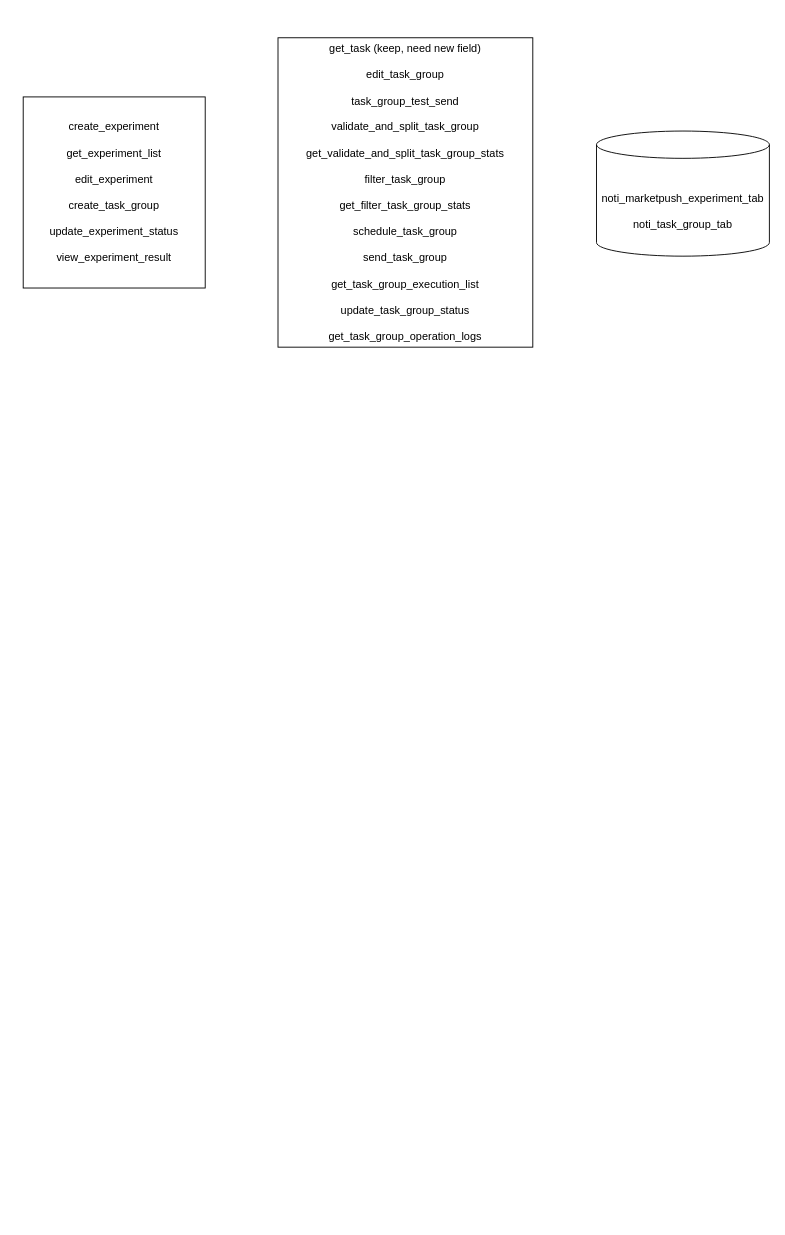
The draw.io diagram marketpush integrate ab test.drawio in zzw55486402/20200626, before the edit. Source tidied: cells renumbered, new cells numbered last; positions are measured from the earlier drawing's top-left corner, leaving out a move shared by most shapes. Both pictures are drawn from the tidied source at 91%, with x=0, y=0 at pixel (23, 37).
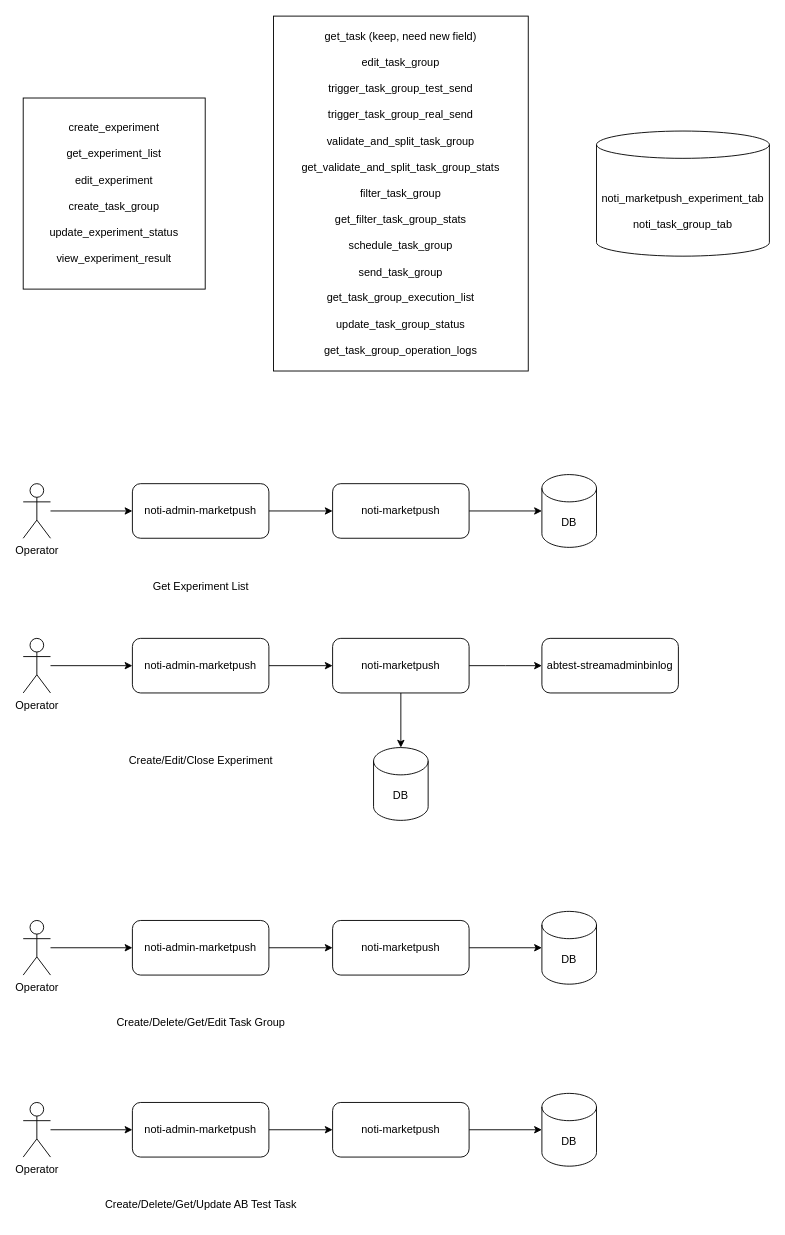
The same diagram, later.

The edit, as a diff of the source:
```diff
@@
     <mxCell id="2" value="create_experiment&lt;br&gt;&lt;br&gt;get_experiment_list&lt;br&gt;&lt;br&gt;edit_experiment&lt;br&gt;&lt;br&gt;create_task_group&lt;br&gt;&lt;br&gt;update_experiment_status&lt;br&gt;&lt;br&gt;view_experiment_result" style="whiteSpace=wrap;html=1;" parent="1" vertex="1">
-      <mxGeometry y="65" width="200" height="210" as="geometry" />
+      <mxGeometry y="66.2" width="200" height="210" as="geometry" />
     </mxCell>
-    <mxCell id="3" value="get_task (keep, need new field)&lt;br&gt;&lt;br&gt;edit_task_group&lt;br&gt;&lt;br&gt;task_group_test_send&lt;br&gt;&lt;br&gt;validate_and_split_task_group&lt;br&gt;&lt;br&gt;get_validate_and_split_task_group_stats&lt;br&gt;&lt;br&gt;filter_task_group&lt;br&gt;&lt;br&gt;get_filter_task_group_stats&lt;br&gt;&lt;br&gt;schedule_task_group&lt;br&gt;&lt;br&gt;send_task_group&lt;br&gt;&lt;br&gt;get_task_group_execution_list&lt;br&gt;&lt;br&gt;update_task_group_status&lt;br&gt;&lt;br&gt;get_task_group_operation_logs&lt;br&gt;" style="whiteSpace=wrap;html=1;" parent="1" vertex="1">
-      <mxGeometry x="280" width="280" height="340" as="geometry" />
+    <mxCell id="3" value="get_task (keep, need new field)&lt;br&gt;&lt;br&gt;edit_task_group&lt;br&gt;&lt;br&gt;trigger_task_group_test_send&lt;br&gt;&lt;br&gt;trigger_task_group_real_send&lt;br&gt;&lt;br&gt;validate_and_split_task_group&lt;br&gt;&lt;br&gt;get_validate_and_split_task_group_stats&lt;br&gt;&lt;br&gt;filter_task_group&lt;br&gt;&lt;br&gt;get_filter_task_group_stats&lt;br&gt;&lt;br&gt;schedule_task_group&lt;br&gt;&lt;br&gt;send_task_group&lt;br&gt;&lt;br&gt;get_task_group_execution_list&lt;br&gt;&lt;br&gt;update_task_group_status&lt;br&gt;&lt;br&gt;get_task_group_operation_logs" style="whiteSpace=wrap;html=1;" parent="1" vertex="1">
+      <mxGeometry x="275" y="-23.8" width="280" height="390" as="geometry" />
     </mxCell>
@@
+    <mxCell id="5" style="edgeStyle=orthogonalEdgeStyle;rounded=0;jettySize=auto;html=1;entryX=0;entryY=0.5;entryDx=0;entryDy=0;" parent="1" edge="1" source="6" target="8">
+      <mxGeometry relative="1" as="geometry" />
+    </mxCell>
+    <mxCell id="6" value="Operator" style="shape=umlActor;verticalLabelPosition=bottom;verticalAlign=top;html=1;outlineConnect=0;" parent="1" vertex="1">
+      <mxGeometry y="490" width="30" height="60" as="geometry" />
+    </mxCell>
+    <mxCell id="7" style="edgeStyle=orthogonalEdgeStyle;rounded=0;jettySize=auto;html=1;exitX=1;exitY=0.5;exitDx=0;exitDy=0;entryX=0;entryY=0.5;entryDx=0;entryDy=0;" parent="1" edge="1" source="8" target="10">
+      <mxGeometry relative="1" as="geometry" />
+    </mxCell>
+    <mxCell id="8" value="noti-admin-marketpush" style="rounded=1;whiteSpace=wrap;html=1;" parent="1" vertex="1">
+      <mxGeometry x="120" y="490" width="150" height="60" as="geometry" />
+    </mxCell>
+    <mxCell id="9" style="edgeStyle=orthogonalEdgeStyle;rounded=0;jettySize=auto;html=1;exitX=1;exitY=0.5;exitDx=0;exitDy=0;entryX=0;entryY=0.5;entryDx=0;entryDy=0;entryPerimeter=0;" parent="1" edge="1" source="10" target="11">
+      <mxGeometry relative="1" as="geometry" />
+    </mxCell>
+    <mxCell id="10" value="noti-marketpush" style="rounded=1;whiteSpace=wrap;html=1;" parent="1" vertex="1">
+      <mxGeometry x="340" y="490" width="150" height="60" as="geometry" />
+    </mxCell>
+    <mxCell id="11" value="DB" style="shape=cylinder3;whiteSpace=wrap;html=1;boundedLbl=1;backgroundOutline=1;size=15;" parent="1" vertex="1">
+      <mxGeometry x="570" y="480" width="60" height="80" as="geometry" />
+    </mxCell>
+    <mxCell id="12" style="edgeStyle=orthogonalEdgeStyle;rounded=0;jettySize=auto;html=1;entryX=0;entryY=0.5;entryDx=0;entryDy=0;" parent="1" edge="1" source="13" target="15">
+      <mxGeometry relative="1" as="geometry" />
+    </mxCell>
+    <mxCell id="13" value="Operator" style="shape=umlActor;verticalLabelPosition=bottom;verticalAlign=top;html=1;outlineConnect=0;" parent="1" vertex="1">
+      <mxGeometry y="660" width="30" height="60" as="geometry" />
+    </mxCell>
+    <mxCell id="14" style="edgeStyle=orthogonalEdgeStyle;rounded=0;jettySize=auto;html=1;exitX=1;exitY=0.5;exitDx=0;exitDy=0;entryX=0;entryY=0.5;entryDx=0;entryDy=0;" parent="1" edge="1" source="15" target="18">
+      <mxGeometry relative="1" as="geometry" />
+    </mxCell>
+    <mxCell id="15" value="noti-admin-marketpush" style="rounded=1;whiteSpace=wrap;html=1;" parent="1" vertex="1">
+      <mxGeometry x="120" y="660" width="150" height="60" as="geometry" />
+    </mxCell>
+    <mxCell id="16" style="edgeStyle=orthogonalEdgeStyle;rounded=0;jettySize=auto;html=1;exitX=1;exitY=0.5;exitDx=0;exitDy=0;entryX=0;entryY=0.5;entryDx=0;entryDy=0;entryPerimeter=0;" parent="1" edge="1" source="18">
+      <mxGeometry relative="1" as="geometry">
+        <mxPoint x="570" y="690" as="targetPoint" />
+      </mxGeometry>
+    </mxCell>
+    <mxCell id="17" style="edgeStyle=orthogonalEdgeStyle;rounded=0;jettySize=auto;html=1;entryX=0.5;entryY=0;entryDx=0;entryDy=0;entryPerimeter=0;" parent="1" edge="1" source="18" target="22">
+      <mxGeometry relative="1" as="geometry" />
+    </mxCell>
+    <mxCell id="18" value="noti-marketpush" style="rounded=1;whiteSpace=wrap;html=1;" parent="1" vertex="1">
+      <mxGeometry x="340" y="660" width="150" height="60" as="geometry" />
+    </mxCell>
+    <mxCell id="19" value="abtest-streamadminbinlog" style="rounded=1;whiteSpace=wrap;html=1;" parent="1" vertex="1">
+      <mxGeometry x="570" y="660" width="150" height="60" as="geometry" />
+    </mxCell>
+    <mxCell id="20" value="Get Experiment List" style="text;html=1;align=center;verticalAlign=middle;strokeColor=none;fillColor=none;" parent="1" vertex="1">
+      <mxGeometry x="130" y="588" width="130" height="30" as="geometry" />
+    </mxCell>
+    <mxCell id="21" value="Create/Edit/Close Experiment" style="text;html=1;align=center;verticalAlign=middle;strokeColor=none;fillColor=none;" parent="1" vertex="1">
+      <mxGeometry x="105" y="780" width="180" height="30" as="geometry" />
+    </mxCell>
+    <mxCell id="22" value="DB" style="shape=cylinder3;whiteSpace=wrap;html=1;boundedLbl=1;backgroundOutline=1;size=15;" parent="1" vertex="1">
+      <mxGeometry x="385" y="780" width="60" height="80" as="geometry" />
+    </mxCell>
+    <mxCell id="23" style="edgeStyle=orthogonalEdgeStyle;rounded=0;jettySize=auto;html=1;entryX=0;entryY=0.5;entryDx=0;entryDy=0;" parent="1" edge="1" source="24" target="26">
+      <mxGeometry relative="1" as="geometry" />
+    </mxCell>
+    <mxCell id="24" value="Operator" style="shape=umlActor;verticalLabelPosition=bottom;verticalAlign=top;html=1;outlineConnect=0;" parent="1" vertex="1">
+      <mxGeometry y="970" width="30" height="60" as="geometry" />
+    </mxCell>
+    <mxCell id="25" style="edgeStyle=orthogonalEdgeStyle;rounded=0;jettySize=auto;html=1;exitX=1;exitY=0.5;exitDx=0;exitDy=0;entryX=0;entryY=0.5;entryDx=0;entryDy=0;" parent="1" edge="1" source="26" target="28">
+      <mxGeometry relative="1" as="geometry" />
+    </mxCell>
+    <mxCell id="26" value="noti-admin-marketpush" style="rounded=1;whiteSpace=wrap;html=1;" parent="1" vertex="1">
+      <mxGeometry x="120" y="970" width="150" height="60" as="geometry" />
+    </mxCell>
+    <mxCell id="27" style="edgeStyle=orthogonalEdgeStyle;rounded=0;jettySize=auto;html=1;exitX=1;exitY=0.5;exitDx=0;exitDy=0;entryX=0;entryY=0.5;entryDx=0;entryDy=0;entryPerimeter=0;" parent="1" edge="1" source="28" target="29">
+      <mxGeometry relative="1" as="geometry" />
+    </mxCell>
+    <mxCell id="28" value="noti-marketpush" style="rounded=1;whiteSpace=wrap;html=1;" parent="1" vertex="1">
+      <mxGeometry x="340" y="970" width="150" height="60" as="geometry" />
+    </mxCell>
+    <mxCell id="29" value="DB" style="shape=cylinder3;whiteSpace=wrap;html=1;boundedLbl=1;backgroundOutline=1;size=15;" parent="1" vertex="1">
+      <mxGeometry x="570" y="960" width="60" height="80" as="geometry" />
+    </mxCell>
+    <mxCell id="30" value="Create/Delete/Get/Edit Task Group" style="text;html=1;align=center;verticalAlign=middle;strokeColor=none;fillColor=none;" parent="1" vertex="1">
+      <mxGeometry x="90" y="1068" width="210" height="30" as="geometry" />
+    </mxCell>
+    <mxCell id="31" style="edgeStyle=orthogonalEdgeStyle;rounded=0;jettySize=auto;html=1;entryX=0;entryY=0.5;entryDx=0;entryDy=0;" parent="1" edge="1" source="32" target="34">
+      <mxGeometry relative="1" as="geometry" />
+    </mxCell>
+    <mxCell id="32" value="Operator" style="shape=umlActor;verticalLabelPosition=bottom;verticalAlign=top;html=1;outlineConnect=0;" parent="1" vertex="1">
+      <mxGeometry y="1170" width="30" height="60" as="geometry" />
+    </mxCell>
+    <mxCell id="33" style="edgeStyle=orthogonalEdgeStyle;rounded=0;jettySize=auto;html=1;exitX=1;exitY=0.5;exitDx=0;exitDy=0;entryX=0;entryY=0.5;entryDx=0;entryDy=0;" parent="1" edge="1" source="34" target="36">
+      <mxGeometry relative="1" as="geometry" />
+    </mxCell>
+    <mxCell id="34" value="noti-admin-marketpush" style="rounded=1;whiteSpace=wrap;html=1;" parent="1" vertex="1">
+      <mxGeometry x="120" y="1170" width="150" height="60" as="geometry" />
+    </mxCell>
+    <mxCell id="35" style="edgeStyle=orthogonalEdgeStyle;rounded=0;jettySize=auto;html=1;exitX=1;exitY=0.5;exitDx=0;exitDy=0;entryX=0;entryY=0.5;entryDx=0;entryDy=0;entryPerimeter=0;" parent="1" edge="1" source="36" target="37">
+      <mxGeometry relative="1" as="geometry" />
+    </mxCell>
+    <mxCell id="36" value="noti-marketpush" style="rounded=1;whiteSpace=wrap;html=1;" parent="1" vertex="1">
+      <mxGeometry x="340" y="1170" width="150" height="60" as="geometry" />
+    </mxCell>
+    <mxCell id="37" value="DB" style="shape=cylinder3;whiteSpace=wrap;html=1;boundedLbl=1;backgroundOutline=1;size=15;" parent="1" vertex="1">
+      <mxGeometry x="570" y="1160" width="60" height="80" as="geometry" />
+    </mxCell>
+    <mxCell id="38" value="Create/Delete/Get/Update AB Test Task" style="text;html=1;align=center;verticalAlign=middle;strokeColor=none;fillColor=none;" parent="1" vertex="1">
+      <mxGeometry x="80" y="1268" width="230" height="30" as="geometry" />
+    </mxCell>
```
